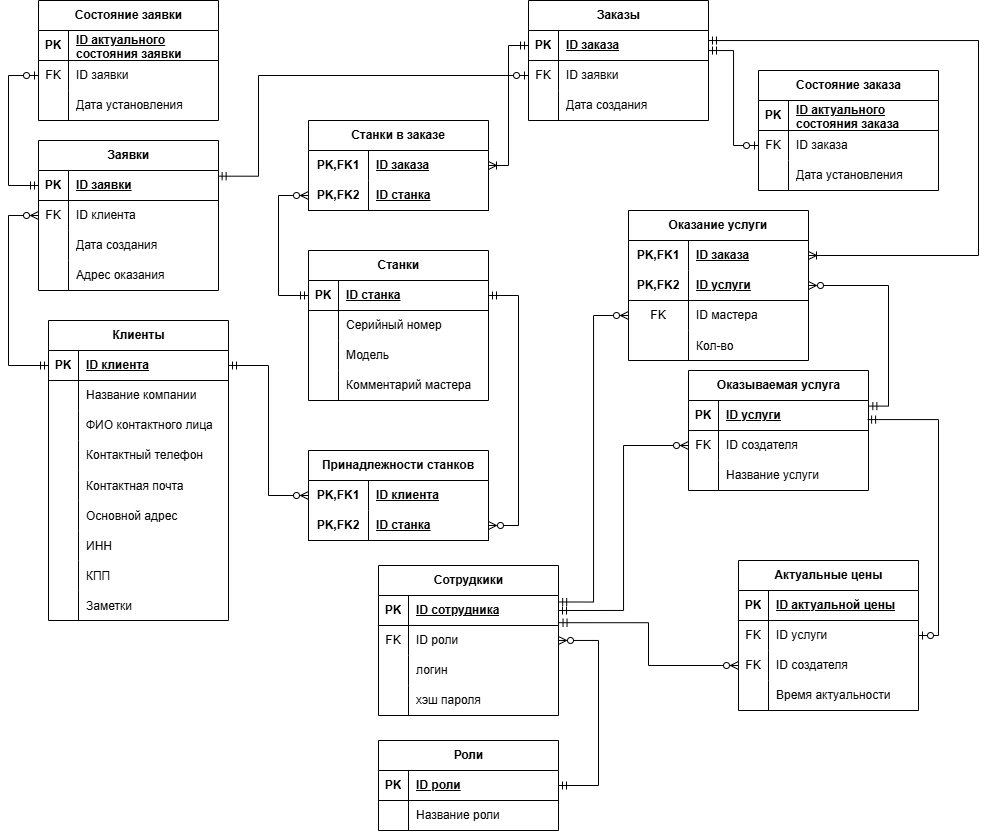
Before: LogicalModel.drawio.png, a diagram exported from draw.io (jecsonM/TRPO4course-). Source tidied: cells renumbered, new cells last; positions are measured from the earlier drawing's top-left corner, leaving out a move shared by most shapes.
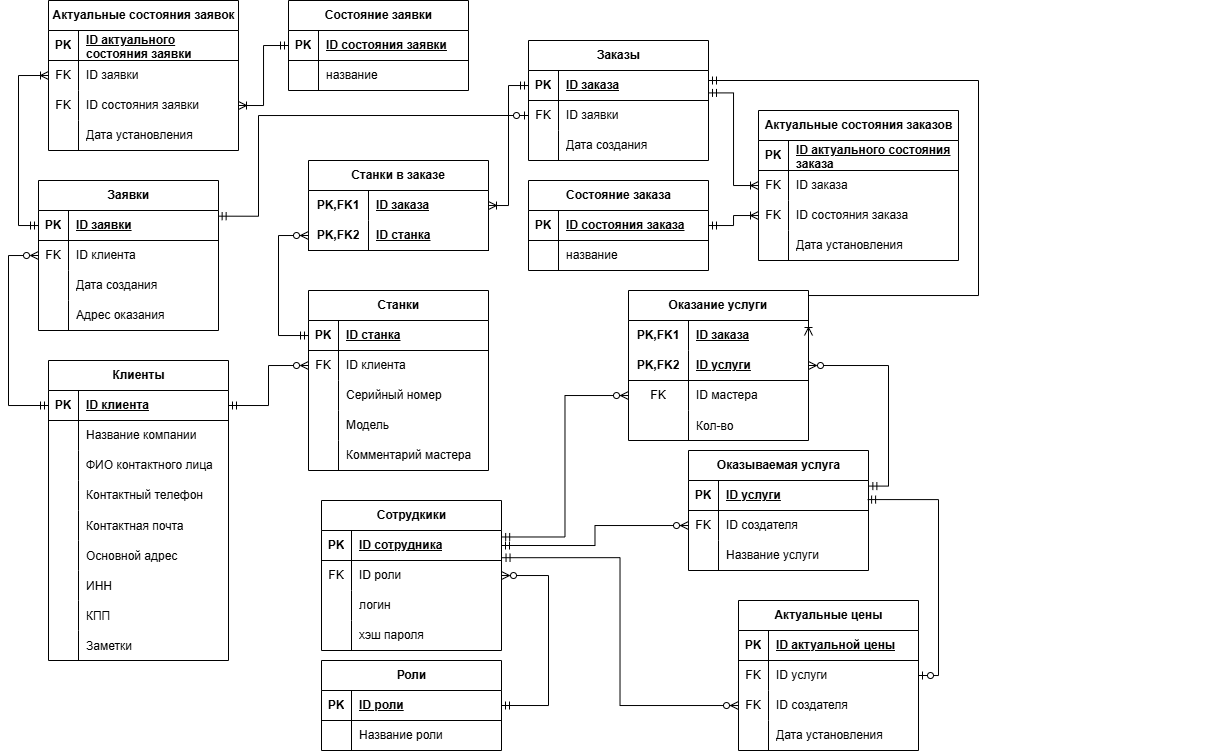
Later version of the same file.

The edit, as a diff of the source:
```diff
@@ -149,3 +149,3 @@
     <mxCell id="50" value="Станки" style="shape=table;startSize=30;rowLines=0;fontStyle=1;align=center;html=1;" parent="1" vertex="1">
-      <mxGeometry x="300" y="250" width="180" height="150" as="geometry" />
+      <mxGeometry x="300" y="250" width="180" height="180" as="geometry" />
     </mxCell>
@@ -160,4 +160,13 @@
     </mxCell>
+    <mxCell id="171" style="shape=tableRow;horizontal=0;startSize=0;swimlaneHead=0;swimlaneBody=0;fillColor=none;points=[[0,0.5],[1,0.5]];portConstraint=eastwest;top=0;left=0;right=0;bottom=0;" parent="50" vertex="1">
+      <mxGeometry y="60" width="180" height="30" as="geometry" />
+    </mxCell>
+    <mxCell id="172" value="FK" style="shape=partialRectangle;fillColor=none;top=0;left=0;bottom=0;right=0;fontStyle=0;overflow=hidden;whiteSpace=wrap;html=1;" parent="171" vertex="1">
+      <mxGeometry width="30" height="30" as="geometry" />
+    </mxCell>
+    <mxCell id="112" value="ID клиента" style="shape=partialRectangle;fillColor=none;top=0;left=0;bottom=0;right=0;align=left;spacingLeft=6;fontStyle=0;overflow=hidden;whiteSpace=wrap;html=1;" parent="171" vertex="1">
+      <mxGeometry x="30" width="150" height="30" as="geometry" />
+    </mxCell>
     <mxCell id="54" style="shape=tableRow;horizontal=0;startSize=0;swimlaneHead=0;swimlaneBody=0;fillColor=none;top=0;left=0;right=0;bottom=0;" parent="50" vertex="1">
-      <mxGeometry y="60" width="180" height="30" as="geometry" />
+      <mxGeometry y="90" width="180" height="30" as="geometry" />
     </mxCell>
@@ -170,3 +179,3 @@
     <mxCell id="57" style="shape=tableRow;horizontal=0;startSize=0;swimlaneHead=0;swimlaneBody=0;fillColor=none;top=0;left=0;right=0;bottom=0;" parent="50" vertex="1">
-      <mxGeometry y="90" width="180" height="30" as="geometry" />
+      <mxGeometry y="120" width="180" height="30" as="geometry" />
     </mxCell>
@@ -179,3 +188,3 @@
     <mxCell id="60" style="shape=tableRow;horizontal=0;startSize=0;swimlaneHead=0;swimlaneBody=0;fillColor=none;top=0;left=0;right=0;bottom=0;" parent="50" vertex="1">
-      <mxGeometry y="120" width="180" height="30" as="geometry" />
+      <mxGeometry y="150" width="180" height="30" as="geometry" />
     </mxCell>
@@ -218,3 +227,3 @@
     <mxCell id="73" value="Оказание услуги" style="shape=table;startSize=30;rowLines=0;fontStyle=1;align=center;html=1;whiteSpace=wrap;" parent="1" vertex="1">
-      <mxGeometry x="620" y="210" width="180" height="150" as="geometry" />
+      <mxGeometry x="620" y="250" width="180" height="150" as="geometry" />
     </mxCell>
@@ -257,3 +266,3 @@
     <mxCell id="86" value="Оказываемая услуга" style="shape=table;startSize=30;rowLines=0;fontStyle=1;align=center;html=1;" parent="1" vertex="1">
-      <mxGeometry x="680" y="370" width="180" height="120" as="geometry" />
+      <mxGeometry x="680" y="410" width="180" height="120" as="geometry" />
     </mxCell>
@@ -322,28 +331,7 @@
     </mxCell>
-    <mxCell id="108" value="Время актуальности" style="shape=partialRectangle;fillColor=none;top=0;left=0;bottom=0;right=0;align=left;spacingLeft=6;overflow=hidden;whiteSpace=wrap;html=1;" parent="106" vertex="1">
+    <mxCell id="108" value="Дата установления" style="shape=partialRectangle;fillColor=none;top=0;left=0;bottom=0;right=0;align=left;spacingLeft=6;overflow=hidden;whiteSpace=wrap;html=1;" parent="106" vertex="1">
       <mxGeometry x="30" width="150" height="30" as="geometry" />
     </mxCell>
-    <mxCell id="109" value="Принадлежности станков" style="shape=table;startSize=30;rowLines=0;fontStyle=1;align=center;html=1;whiteSpace=wrap;" parent="1" vertex="1">
-      <mxGeometry x="300" y="450" width="180" height="90" as="geometry" />
-    </mxCell>
-    <mxCell id="110" style="shape=tableRow;horizontal=0;startSize=0;swimlaneHead=0;swimlaneBody=0;fillColor=none;points=[[0,0.5],[1,0.5]];portConstraint=eastwest;top=0;left=0;right=0;bottom=0;html=1;" parent="109" vertex="1">
-      <mxGeometry y="30" width="180" height="30" as="geometry" />
-    </mxCell>
-    <mxCell id="111" value="PK,FK1" style="shape=partialRectangle;fillColor=none;top=0;left=0;bottom=0;right=0;fontStyle=1;overflow=hidden;html=1;whiteSpace=wrap;" parent="110" vertex="1">
-      <mxGeometry width="60" height="30" as="geometry" />
-    </mxCell>
-    <mxCell id="112" value="ID клиента" style="shape=partialRectangle;fillColor=none;top=0;left=0;bottom=0;right=0;align=left;spacingLeft=6;fontStyle=5;overflow=hidden;html=1;whiteSpace=wrap;" parent="110" vertex="1">
-      <mxGeometry x="60" width="120" height="30" as="geometry" />
-    </mxCell>
-    <mxCell id="113" style="shape=tableRow;horizontal=0;startSize=0;swimlaneHead=0;swimlaneBody=0;fillColor=none;points=[[0,0.5],[1,0.5]];portConstraint=eastwest;top=0;left=0;right=0;bottom=1;html=1;" parent="109" vertex="1">
-      <mxGeometry y="60" width="180" height="30" as="geometry" />
-    </mxCell>
-    <mxCell id="114" value="PK,FK2" style="shape=partialRectangle;fillColor=none;top=0;left=0;bottom=0;right=0;fontStyle=1;overflow=hidden;html=1;whiteSpace=wrap;" parent="113" vertex="1">
-      <mxGeometry width="60" height="30" as="geometry" />
-    </mxCell>
-    <mxCell id="115" value="ID станка" style="shape=partialRectangle;fillColor=none;top=0;left=0;bottom=0;right=0;align=left;spacingLeft=6;fontStyle=5;overflow=hidden;html=1;whiteSpace=wrap;" parent="113" vertex="1">
-      <mxGeometry x="60" width="120" height="30" as="geometry" />
-    </mxCell>
     <mxCell id="116" value="Сотрудкики" style="shape=table;startSize=30;rowLines=0;fontStyle=1;align=center;html=1;" parent="1" vertex="1">
-      <mxGeometry x="370" y="565" width="180" height="150" as="geometry" />
+      <mxGeometry x="313" y="460" width="180" height="150" as="geometry" />
     </mxCell>
@@ -386,3 +374,3 @@
     <mxCell id="129" value="Роли" style="shape=table;startSize=30;rowLines=0;fontStyle=1;align=center;html=1;" parent="1" vertex="1">
-      <mxGeometry x="370" y="740" width="180" height="90" as="geometry" />
+      <mxGeometry x="313" y="620" width="180" height="90" as="geometry" />
     </mxCell>
@@ -445,4 +433,4 @@
         <Array as="points">
-          <mxPoint x="590" y="785" />
-          <mxPoint x="590" y="640" />
+          <mxPoint x="540" y="665" />
+          <mxPoint x="540" y="535" />
         </Array>
@@ -450,13 +438,5 @@
     </mxCell>
-    <mxCell id="144" style="edgeStyle=orthogonalEdgeStyle;fontSize=12;html=1;endArrow=ERzeroToMany;startArrow=ERmandOne;rounded=0;entryX=0;entryY=0.5;entryDx=0;entryDy=0;exitX=1;exitY=0.5;exitDx=0;exitDy=0;endFill=0;" parent="1" edge="1" source="3" target="110">
+    <mxCell id="144" style="edgeStyle=orthogonalEdgeStyle;fontSize=12;html=1;endArrow=ERzeroToMany;startArrow=ERmandOne;rounded=0;entryX=0;entryY=0.5;entryDx=0;entryDy=0;exitX=1;exitY=0.5;exitDx=0;exitDy=0;endFill=0;" parent="1" edge="1" source="3" target="171">
       <mxGeometry relative="1" as="geometry" />
     </mxCell>
-    <mxCell id="145" style="edgeStyle=orthogonalEdgeStyle;fontSize=12;html=1;endArrow=ERzeroToMany;startArrow=ERmandOne;rounded=0;entryX=1;entryY=0.5;entryDx=0;entryDy=0;endFill=0;exitX=1;exitY=0.5;exitDx=0;exitDy=0;" parent="1" edge="1" source="51" target="113">
-      <mxGeometry relative="1" as="geometry">
-        <Array as="points">
-          <mxPoint x="510" y="295" />
-          <mxPoint x="510" y="525" />
-        </Array>
-      </mxGeometry>
-    </mxCell>
     <mxCell id="146" style="edgeStyle=orthogonalEdgeStyle;rounded=0;jettySize=auto;html=1;entryX=1;entryY=0.5;entryDx=0;entryDy=0;startArrow=ERmandOne;startFill=0;endArrow=ERoneToMany;endFill=0;" parent="1" edge="1" source="64" target="74">
@@ -475,7 +455,7 @@
     </mxCell>
-    <mxCell id="149" style="edgeStyle=orthogonalEdgeStyle;rounded=0;jettySize=auto;html=1;startArrow=ERzeroToOne;startFill=0;endArrow=ERmandOne;endFill=0;" parent="1" edge="1" source="154" target="31">
+    <mxCell id="149" style="edgeStyle=orthogonalEdgeStyle;rounded=0;jettySize=auto;html=1;startArrow=ERoneToMany;startFill=0;endArrow=ERmandOne;endFill=0;exitX=0;exitY=0.5;exitDx=0;exitDy=0;" parent="1" edge="1" source="173" target="31">
       <mxGeometry relative="1" as="geometry">
         <Array as="points">
-          <mxPoint y="75" />
-          <mxPoint y="185" />
+          <mxPoint x="10" y="35" />
+          <mxPoint x="10" y="185" />
         </Array>
@@ -483,7 +463,7 @@
     </mxCell>
-    <mxCell id="150" value="Состояние заявки" style="shape=table;startSize=30;rowLines=0;fontStyle=1;align=center;html=1;" parent="1" vertex="1">
-      <mxGeometry x="30" width="180" height="120" as="geometry" />
+    <mxCell id="150" value="Актуальные состояния заявок" style="shape=table;startSize=30;rowLines=0;fontStyle=1;align=center;html=1;" parent="1" vertex="1">
+      <mxGeometry x="40" y="-40" width="190" height="150" as="geometry" />
     </mxCell>
     <mxCell id="151" style="shape=tableRow;horizontal=0;startSize=0;swimlaneHead=0;swimlaneBody=0;fillColor=none;top=0;left=0;right=0;bottom=1;" parent="150" vertex="1">
-      <mxGeometry y="30" width="180" height="30" as="geometry" />
+      <mxGeometry y="30" width="190" height="30" as="geometry" />
     </mxCell>
@@ -493,6 +473,15 @@
     <mxCell id="153" value="ID актуального состояния заявки" style="shape=partialRectangle;fillColor=none;top=0;left=0;bottom=0;right=0;align=left;spacingLeft=6;fontStyle=5;overflow=hidden;whiteSpace=wrap;html=1;" parent="151" vertex="1">
-      <mxGeometry x="30" width="150" height="30" as="geometry" />
+      <mxGeometry x="30" width="160" height="30" as="geometry" />
     </mxCell>
+    <mxCell id="173" style="shape=tableRow;horizontal=0;startSize=0;swimlaneHead=0;swimlaneBody=0;fillColor=none;points=[[0,0.5],[1,0.5]];portConstraint=eastwest;top=0;left=0;right=0;bottom=0;" parent="150" vertex="1">
+      <mxGeometry y="60" width="190" height="30" as="geometry" />
+    </mxCell>
+    <mxCell id="174" value="FK" style="shape=partialRectangle;fillColor=none;top=0;left=0;bottom=0;right=0;fontStyle=0;overflow=hidden;whiteSpace=wrap;html=1;" parent="173" vertex="1">
+      <mxGeometry width="30" height="30" as="geometry" />
+    </mxCell>
+    <mxCell id="175" value="ID заявки" style="shape=partialRectangle;fillColor=none;top=0;left=0;bottom=0;right=0;align=left;spacingLeft=6;fontStyle=0;overflow=hidden;whiteSpace=wrap;html=1;" parent="173" vertex="1">
+      <mxGeometry x="30" width="160" height="30" as="geometry" />
+    </mxCell>
     <mxCell id="154" style="shape=tableRow;horizontal=0;startSize=0;swimlaneHead=0;swimlaneBody=0;fillColor=none;points=[[0,0.5],[1,0.5]];portConstraint=eastwest;top=0;left=0;right=0;bottom=0;" parent="150" vertex="1">
-      <mxGeometry y="60" width="180" height="30" as="geometry" />
+      <mxGeometry y="90" width="190" height="30" as="geometry" />
     </mxCell>
@@ -501,7 +490,7 @@
     </mxCell>
-    <mxCell id="156" value="ID заявки" style="shape=partialRectangle;fillColor=none;top=0;left=0;bottom=0;right=0;align=left;spacingLeft=6;fontStyle=0;overflow=hidden;whiteSpace=wrap;html=1;" parent="154" vertex="1">
-      <mxGeometry x="30" width="150" height="30" as="geometry" />
+    <mxCell id="156" value="ID состояния заявки" style="shape=partialRectangle;fillColor=none;top=0;left=0;bottom=0;right=0;align=left;spacingLeft=6;fontStyle=0;overflow=hidden;whiteSpace=wrap;html=1;" parent="154" vertex="1">
+      <mxGeometry x="30" width="160" height="30" as="geometry" />
     </mxCell>
     <mxCell id="157" style="shape=tableRow;horizontal=0;startSize=0;swimlaneHead=0;swimlaneBody=0;fillColor=none;top=0;left=0;right=0;bottom=0;" parent="150" vertex="1">
-      <mxGeometry y="90" width="180" height="30" as="geometry" />
+      <mxGeometry y="120" width="190" height="30" as="geometry" />
     </mxCell>
@@ -511,9 +500,9 @@
     <mxCell id="159" value="Дата установления" style="shape=partialRectangle;fillColor=none;top=0;left=0;bottom=0;right=0;align=left;spacingLeft=6;overflow=hidden;whiteSpace=wrap;html=1;" parent="157" vertex="1">
-      <mxGeometry x="30" width="150" height="30" as="geometry" />
+      <mxGeometry x="30" width="160" height="30" as="geometry" />
     </mxCell>
-    <mxCell id="160" value="Состояние заказа" style="shape=table;startSize=30;rowLines=0;fontStyle=1;align=center;html=1;" parent="1" vertex="1">
-      <mxGeometry x="750" y="70" width="180" height="120" as="geometry" />
+    <mxCell id="160" value="Актуальные состояния заказов" style="shape=table;startSize=30;rowLines=0;fontStyle=1;align=center;html=1;" parent="1" vertex="1">
+      <mxGeometry x="750" y="70" width="200" height="150" as="geometry" />
     </mxCell>
     <mxCell id="161" style="shape=tableRow;horizontal=0;startSize=0;swimlaneHead=0;swimlaneBody=0;fillColor=none;top=0;left=0;right=0;bottom=1;" parent="160" vertex="1">
-      <mxGeometry y="30" width="180" height="30" as="geometry" />
+      <mxGeometry y="30" width="200" height="30" as="geometry" />
     </mxCell>
@@ -523,6 +512,15 @@
     <mxCell id="163" value="ID актуального состояния заказа" style="shape=partialRectangle;fillColor=none;top=0;left=0;bottom=0;right=0;align=left;spacingLeft=6;fontStyle=5;overflow=hidden;whiteSpace=wrap;html=1;" parent="161" vertex="1">
-      <mxGeometry x="30" width="150" height="30" as="geometry" />
+      <mxGeometry x="30" width="170" height="30" as="geometry" />
     </mxCell>
+    <mxCell id="176" style="shape=tableRow;horizontal=0;startSize=0;swimlaneHead=0;swimlaneBody=0;fillColor=none;points=[[0,0.5],[1,0.5]];portConstraint=eastwest;top=0;left=0;right=0;bottom=0;" parent="160" vertex="1">
+      <mxGeometry y="60" width="200" height="30" as="geometry" />
+    </mxCell>
+    <mxCell id="177" value="FK" style="shape=partialRectangle;fillColor=none;top=0;left=0;bottom=0;right=0;fontStyle=0;overflow=hidden;whiteSpace=wrap;html=1;" parent="176" vertex="1">
+      <mxGeometry width="30" height="30" as="geometry" />
+    </mxCell>
+    <mxCell id="178" value="ID заказа" style="shape=partialRectangle;fillColor=none;top=0;left=0;bottom=0;right=0;align=left;spacingLeft=6;fontStyle=0;overflow=hidden;whiteSpace=wrap;html=1;" parent="176" vertex="1">
+      <mxGeometry x="30" width="170" height="30" as="geometry" />
+    </mxCell>
     <mxCell id="164" style="shape=tableRow;horizontal=0;startSize=0;swimlaneHead=0;swimlaneBody=0;fillColor=none;points=[[0,0.5],[1,0.5]];portConstraint=eastwest;top=0;left=0;right=0;bottom=0;" parent="160" vertex="1">
-      <mxGeometry y="60" width="180" height="30" as="geometry" />
+      <mxGeometry y="90" width="200" height="30" as="geometry" />
     </mxCell>
@@ -531,7 +529,7 @@
     </mxCell>
-    <mxCell id="166" value="ID заказа" style="shape=partialRectangle;fillColor=none;top=0;left=0;bottom=0;right=0;align=left;spacingLeft=6;fontStyle=0;overflow=hidden;whiteSpace=wrap;html=1;" parent="164" vertex="1">
-      <mxGeometry x="30" width="150" height="30" as="geometry" />
+    <mxCell id="166" value="ID состояния заказа" style="shape=partialRectangle;fillColor=none;top=0;left=0;bottom=0;right=0;align=left;spacingLeft=6;fontStyle=0;overflow=hidden;whiteSpace=wrap;html=1;" parent="164" vertex="1">
+      <mxGeometry x="30" width="170" height="30" as="geometry" />
     </mxCell>
     <mxCell id="167" style="shape=tableRow;horizontal=0;startSize=0;swimlaneHead=0;swimlaneBody=0;fillColor=none;top=0;left=0;right=0;bottom=0;" parent="160" vertex="1">
-      <mxGeometry y="90" width="180" height="30" as="geometry" />
+      <mxGeometry y="120" width="200" height="30" as="geometry" />
     </mxCell>
@@ -541,12 +539,58 @@
     <mxCell id="169" value="Дата установления" style="shape=partialRectangle;fillColor=none;top=0;left=0;bottom=0;right=0;align=left;spacingLeft=6;overflow=hidden;whiteSpace=wrap;html=1;" parent="167" vertex="1">
-      <mxGeometry x="30" width="150" height="30" as="geometry" />
+      <mxGeometry x="30" width="170" height="30" as="geometry" />
     </mxCell>
-    <mxCell id="170" style="edgeStyle=orthogonalEdgeStyle;rounded=0;jettySize=auto;html=1;startArrow=ERzeroToOne;startFill=0;endArrow=ERmandOne;endFill=0;exitX=0;exitY=0.5;exitDx=0;exitDy=0;" parent="1" edge="1" source="164" target="64">
-      <mxGeometry relative="1" as="geometry">
-        <Array as="points">
-          <mxPoint x="725" y="145" />
-          <mxPoint x="725" y="50" />
-        </Array>
-      </mxGeometry>
+    <mxCell id="170" style="edgeStyle=orthogonalEdgeStyle;rounded=0;jettySize=auto;html=1;startArrow=ERoneToMany;startFill=0;endArrow=ERmandOne;endFill=0;entryX=1;entryY=0.747;entryDx=0;entryDy=0;entryPerimeter=0;" parent="1" edge="1" source="176" target="64">
+      <mxGeometry relative="1" as="geometry" />
     </mxCell>
+    <mxCell id="179" value="Состояние заявки" style="shape=table;startSize=30;rowLines=0;fontStyle=1;align=center;html=1;" parent="1" vertex="1">
+      <mxGeometry x="280" y="-40" width="180" height="90" as="geometry" />
+    </mxCell>
+    <mxCell id="180" style="shape=tableRow;horizontal=0;startSize=0;swimlaneHead=0;swimlaneBody=0;fillColor=none;points=[[0,0.5],[1,0.5]];portConstraint=eastwest;top=0;left=0;right=0;bottom=1;" parent="179" vertex="1">
+      <mxGeometry y="30" width="180" height="30" as="geometry" />
+    </mxCell>
+    <mxCell id="181" value="PK" style="shape=partialRectangle;fillColor=none;top=0;left=0;bottom=0;right=0;fontStyle=1;overflow=hidden;whiteSpace=wrap;html=1;" parent="180" vertex="1">
+      <mxGeometry width="30" height="30" as="geometry" />
+    </mxCell>
+    <mxCell id="182" value="ID состояния заявки" style="shape=partialRectangle;fillColor=none;top=0;left=0;bottom=0;right=0;align=left;spacingLeft=6;fontStyle=5;overflow=hidden;whiteSpace=wrap;html=1;" parent="180" vertex="1">
+      <mxGeometry x="30" width="150" height="30" as="geometry" />
+    </mxCell>
+    <mxCell id="183" style="shape=tableRow;horizontal=0;startSize=0;swimlaneHead=0;swimlaneBody=0;fillColor=none;top=0;left=0;right=0;bottom=0;" parent="179" vertex="1">
+      <mxGeometry y="60" width="180" height="30" as="geometry" />
+    </mxCell>
+    <mxCell id="184" style="shape=partialRectangle;fillColor=none;top=0;left=0;bottom=0;right=0;overflow=hidden;whiteSpace=wrap;html=1;" parent="183" vertex="1">
+      <mxGeometry width="30" height="30" as="geometry" />
+    </mxCell>
+    <mxCell id="185" value="название" style="shape=partialRectangle;fillColor=none;top=0;left=0;bottom=0;right=0;align=left;spacingLeft=6;overflow=hidden;whiteSpace=wrap;html=1;" parent="183" vertex="1">
+      <mxGeometry x="30" width="150" height="30" as="geometry" />
+    </mxCell>
+    <mxCell id="186" style="edgeStyle=orthogonalEdgeStyle;rounded=0;jettySize=auto;html=1;startArrow=ERoneToMany;startFill=0;endArrow=ERmandOne;endFill=0;exitX=1;exitY=0.5;exitDx=0;exitDy=0;entryX=0;entryY=0.5;entryDx=0;entryDy=0;" parent="1" edge="1" source="154" target="180">
+      <mxGeometry relative="1" as="geometry" />
+    </mxCell>
+    <mxCell id="187" value="Состояние заказа" style="shape=table;startSize=30;rowLines=0;fontStyle=1;align=center;html=1;" parent="1" vertex="1">
+      <mxGeometry x="520" y="140" width="180" height="90" as="geometry" />
+    </mxCell>
+    <mxCell id="188" style="shape=tableRow;horizontal=0;startSize=0;swimlaneHead=0;swimlaneBody=0;fillColor=none;points=[[0,0.5],[1,0.5]];portConstraint=eastwest;top=0;left=0;right=0;bottom=1;" parent="187" vertex="1">
+      <mxGeometry y="30" width="180" height="30" as="geometry" />
+    </mxCell>
+    <mxCell id="189" value="PK" style="shape=partialRectangle;fillColor=none;top=0;left=0;bottom=0;right=0;fontStyle=1;overflow=hidden;whiteSpace=wrap;html=1;" parent="188" vertex="1">
+      <mxGeometry width="30" height="30" as="geometry" />
+    </mxCell>
+    <mxCell id="190" value="ID состояния заказа" style="shape=partialRectangle;fillColor=none;top=0;left=0;bottom=0;right=0;align=left;spacingLeft=6;fontStyle=5;overflow=hidden;whiteSpace=wrap;html=1;" parent="188" vertex="1">
+      <mxGeometry x="30" width="150" height="30" as="geometry" />
+    </mxCell>
+    <mxCell id="191" style="shape=tableRow;horizontal=0;startSize=0;swimlaneHead=0;swimlaneBody=0;fillColor=none;top=0;left=0;right=0;bottom=0;" parent="187" vertex="1">
+      <mxGeometry y="60" width="180" height="30" as="geometry" />
+    </mxCell>
+    <mxCell id="192" style="shape=partialRectangle;fillColor=none;top=0;left=0;bottom=0;right=0;overflow=hidden;whiteSpace=wrap;html=1;" parent="191" vertex="1">
+      <mxGeometry width="30" height="30" as="geometry" />
+    </mxCell>
+    <mxCell id="193" value="название" style="shape=partialRectangle;fillColor=none;top=0;left=0;bottom=0;right=0;align=left;spacingLeft=6;overflow=hidden;whiteSpace=wrap;html=1;" parent="191" vertex="1">
+      <mxGeometry x="30" width="150" height="30" as="geometry" />
+    </mxCell>
+    <mxCell id="194" style="edgeStyle=orthogonalEdgeStyle;rounded=0;jettySize=auto;html=1;startArrow=ERoneToMany;startFill=0;endArrow=ERmandOne;endFill=0;" parent="1" edge="1" source="164" target="188">
+      <mxGeometry relative="1" as="geometry" />
+    </mxCell>
+    <mxCell id="195" style="shape=tableRow;horizontal=0;startSize=0;swimlaneHead=0;swimlaneBody=0;fillColor=none;top=0;left=0;right=0;bottom=0;" parent="1" vertex="1">
+      <mxGeometry x="1020" y="290" width="200" height="30" as="geometry" />
+    </mxCell>
   </root>
```
